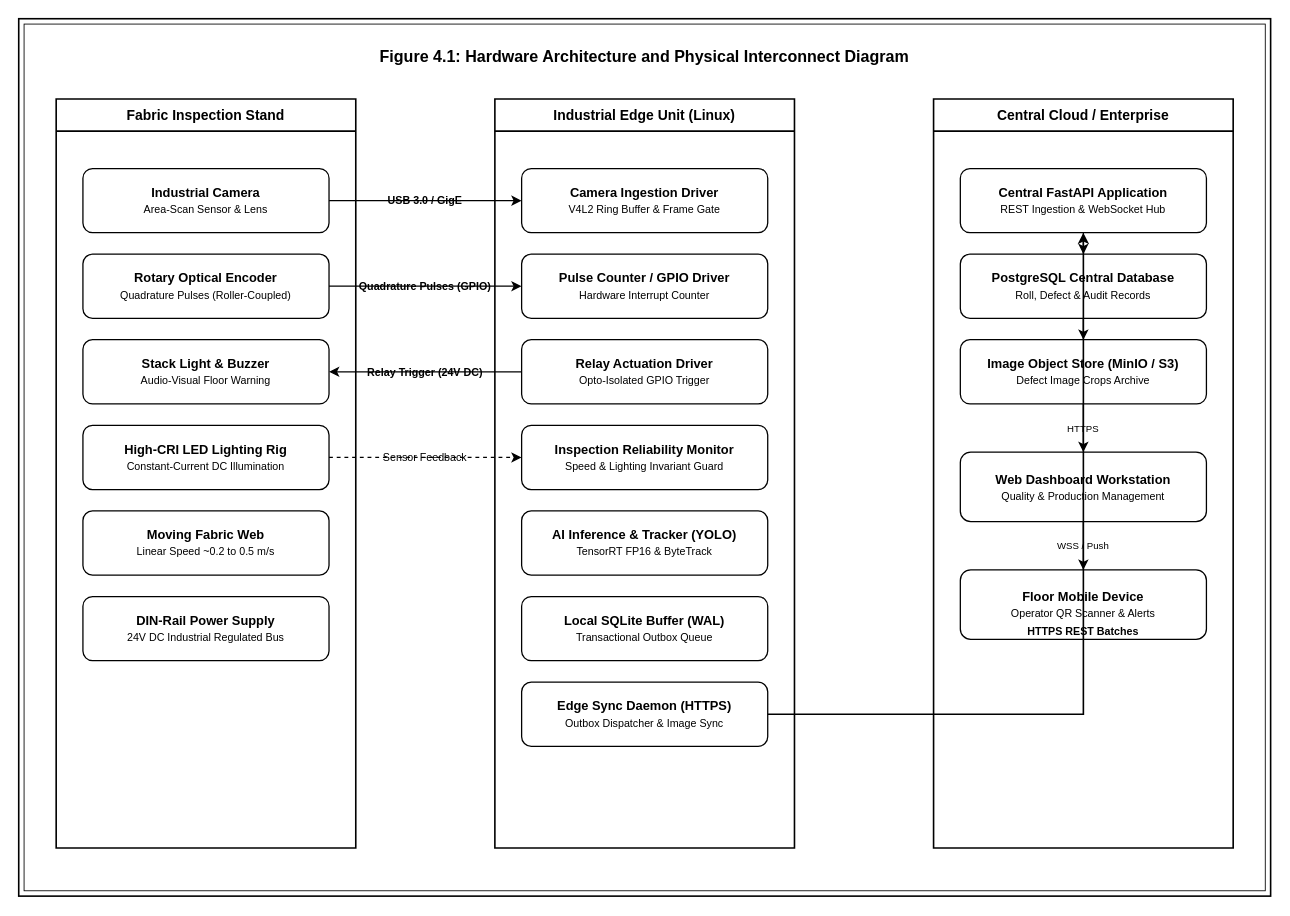
Before: diagrams/drawio/04_hardware_architecture.drawio in TheBilalButt/TexEye-AI-FYP, a draw.io diagram. Source tidied: cells renumbered, new cells numbered last; positions are measured from the earlier drawing's top-left corner, leaving out a move shared by most shapes. Both pictures are drawn from the tidied source at 107%, with x=0, y=0 at pixel (18, 18).
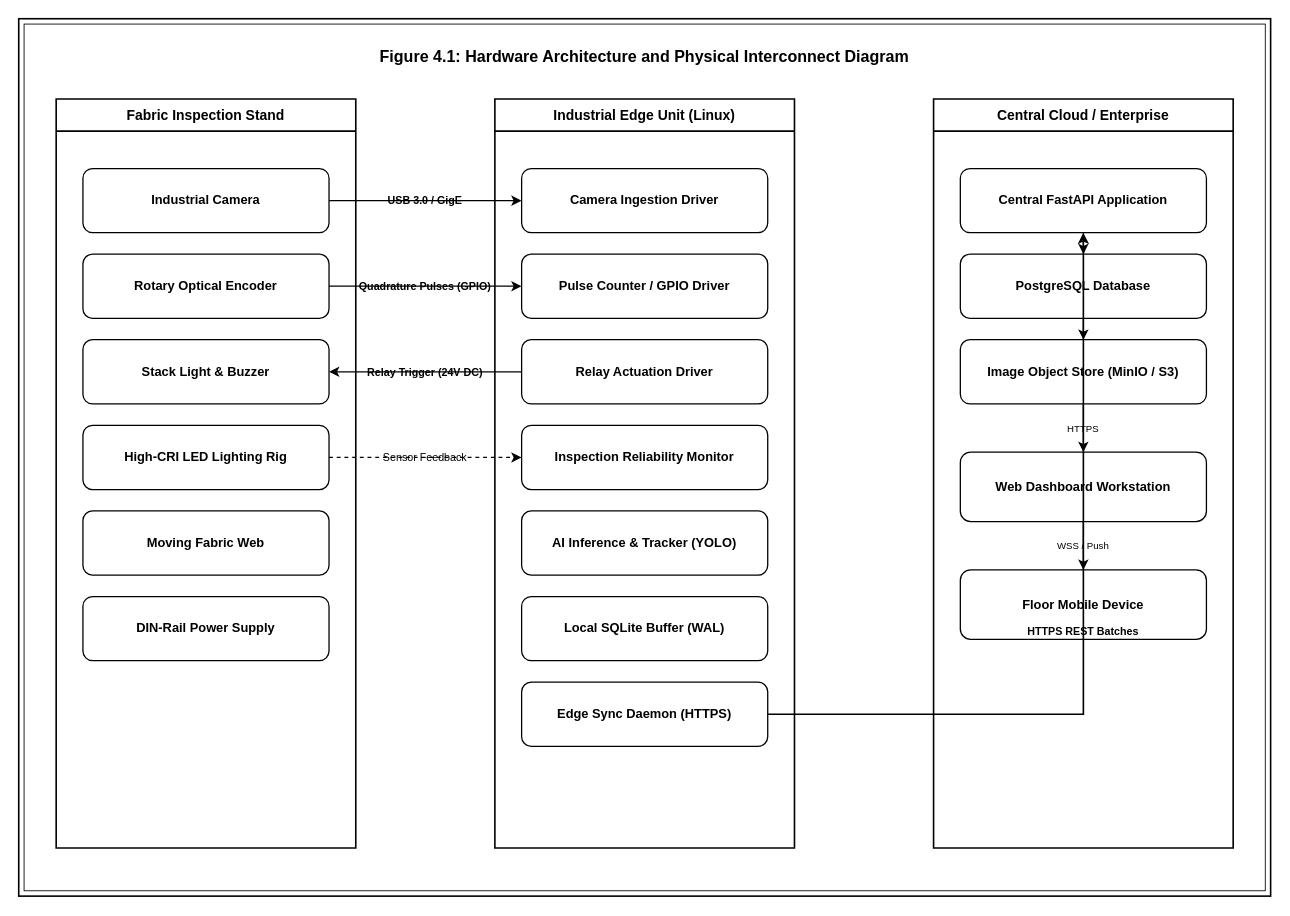
The same diagram, later.

Commit message (it also covers changes not shown here):
fix(diagrams): remove faded subtexts from all diagrams and label uplink above arrow line

Unchanged cells that the change refers to:
```xml
<mxCell id="5" value="&lt;b&gt;Fabric Inspection Stand&lt;/b&gt;" style="swimlane;whiteSpace=wrap;html=1;fillColor=#ffffff;strokeColor=#000000;strokeWidth=1.5;fontSize=13;fontColor=#000000;startSize=30;" parent="1" vertex="1">
  <mxGeometry x="35" y="75" width="280" height="700" as="geometry" />
</mxCell>
<mxCell id="12" value="&lt;b&gt;Industrial Edge Unit (Linux)&lt;/b&gt;" style="swimlane;whiteSpace=wrap;html=1;fillColor=#ffffff;strokeColor=#000000;strokeWidth=1.5;fontSize=13;fontColor=#000000;startSize=30;" parent="1" vertex="1">
  <mxGeometry x="445" y="75" width="280" height="700" as="geometry" />
</mxCell>
<mxCell id="20" value="&lt;b&gt;Central Cloud / Enterprise&lt;/b&gt;" style="swimlane;whiteSpace=wrap;html=1;fillColor=#ffffff;strokeColor=#000000;strokeWidth=1.5;fontSize=13;fontColor=#000000;startSize=30;" parent="1" vertex="1">
  <mxGeometry x="855" y="75" width="280" height="700" as="geometry" />
</mxCell>
```

The edit, as a diff of the source:
```diff
@@
-    <mxCell id="6" value="&lt;b&gt;Industrial Camera&lt;/b&gt;&lt;br&gt;&lt;font style=&quot;font-size: 10px;&quot;&gt;Area-Scan Sensor &amp;amp; Lens&lt;/font&gt;" style="rounded=1;whiteSpace=wrap;html=1;fillColor=#ffffff;strokeColor=#000000;strokeWidth=1.2;fontSize=12;fontColor=#000000;" parent="5" vertex="1">
+    <mxCell id="6" value="&lt;b&gt;Industrial Camera&lt;/b&gt;" style="rounded=1;whiteSpace=wrap;html=1;fillColor=#ffffff;strokeColor=#000000;strokeWidth=1.2;fontSize=12;fontColor=#000000;" parent="5" vertex="1">
       <mxGeometry x="25" y="65" width="230" height="60" as="geometry" />
     </mxCell>
-    <mxCell id="7" value="&lt;b&gt;Rotary Optical Encoder&lt;/b&gt;&lt;br&gt;&lt;font style=&quot;font-size: 10px;&quot;&gt;Quadrature Pulses (Roller-Coupled)&lt;/font&gt;" style="rounded=1;whiteSpace=wrap;html=1;fillColor=#ffffff;strokeColor=#000000;strokeWidth=1.2;fontSize=12;fontColor=#000000;" parent="5" vertex="1">
+    <mxCell id="7" value="&lt;b&gt;Rotary Optical Encoder&lt;/b&gt;" style="rounded=1;whiteSpace=wrap;html=1;fillColor=#ffffff;strokeColor=#000000;strokeWidth=1.2;fontSize=12;fontColor=#000000;" parent="5" vertex="1">
       <mxGeometry x="25" y="145" width="230" height="60" as="geometry" />
     </mxCell>
-    <mxCell id="8" value="&lt;b&gt;Stack Light &amp;amp; Buzzer&lt;/b&gt;&lt;br&gt;&lt;font style=&quot;font-size: 10px;&quot;&gt;Audio-Visual Floor Warning&lt;/font&gt;" style="rounded=1;whiteSpace=wrap;html=1;fillColor=#ffffff;strokeColor=#000000;strokeWidth=1.2;fontSize=12;fontColor=#000000;" parent="5" vertex="1">
+    <mxCell id="8" value="&lt;b&gt;Stack Light &amp;amp; Buzzer&lt;/b&gt;" style="rounded=1;whiteSpace=wrap;html=1;fillColor=#ffffff;strokeColor=#000000;strokeWidth=1.2;fontSize=12;fontColor=#000000;" parent="5" vertex="1">
       <mxGeometry x="25" y="225" width="230" height="60" as="geometry" />
     </mxCell>
-    <mxCell id="9" value="&lt;b&gt;High-CRI LED Lighting Rig&lt;/b&gt;&lt;br&gt;&lt;font style=&quot;font-size: 10px;&quot;&gt;Constant-Current DC Illumination&lt;/font&gt;" style="rounded=1;whiteSpace=wrap;html=1;fillColor=#ffffff;strokeColor=#000000;strokeWidth=1.2;fontSize=12;fontColor=#000000;" parent="5" vertex="1">
+    <mxCell id="9" value="&lt;b&gt;High-CRI LED Lighting Rig&lt;/b&gt;" style="rounded=1;whiteSpace=wrap;html=1;fillColor=#ffffff;strokeColor=#000000;strokeWidth=1.2;fontSize=12;fontColor=#000000;" parent="5" vertex="1">
       <mxGeometry x="25" y="305" width="230" height="60" as="geometry" />
     </mxCell>
-    <mxCell id="10" value="&lt;b&gt;Moving Fabric Web&lt;/b&gt;&lt;br&gt;&lt;font style=&quot;font-size: 10px;&quot;&gt;Linear Speed ~0.2 to 0.5 m/s&lt;/font&gt;" style="rounded=1;whiteSpace=wrap;html=1;fillColor=#ffffff;strokeColor=#000000;strokeWidth=1.2;fontSize=12;fontColor=#000000;" parent="5" vertex="1">
+    <mxCell id="10" value="&lt;b&gt;Moving Fabric Web&lt;/b&gt;" style="rounded=1;whiteSpace=wrap;html=1;fillColor=#ffffff;strokeColor=#000000;strokeWidth=1.2;fontSize=12;fontColor=#000000;" parent="5" vertex="1">
       <mxGeometry x="25" y="385" width="230" height="60" as="geometry" />
     </mxCell>
-    <mxCell id="11" value="&lt;b&gt;DIN-Rail Power Supply&lt;/b&gt;&lt;br&gt;&lt;font style=&quot;font-size: 10px;&quot;&gt;24V DC Industrial Regulated Bus&lt;/font&gt;" style="rounded=1;whiteSpace=wrap;html=1;fillColor=#ffffff;strokeColor=#000000;strokeWidth=1.2;fontSize=12;fontColor=#000000;" parent="5" vertex="1">
+    <mxCell id="11" value="&lt;b&gt;DIN-Rail Power Supply&lt;/b&gt;" style="rounded=1;whiteSpace=wrap;html=1;fillColor=#ffffff;strokeColor=#000000;strokeWidth=1.2;fontSize=12;fontColor=#000000;" parent="5" vertex="1">
       <mxGeometry x="25" y="465" width="230" height="60" as="geometry" />
     </mxCell>
@@
-    <mxCell id="13" value="&lt;b&gt;Camera Ingestion Driver&lt;/b&gt;&lt;br&gt;&lt;font style=&quot;font-size: 10px;&quot;&gt;V4L2 Ring Buffer &amp;amp; Frame Gate&lt;/font&gt;" style="rounded=1;whiteSpace=wrap;html=1;fillColor=#ffffff;strokeColor=#000000;strokeWidth=1.2;fontSize=12;fontColor=#000000;" parent="12" vertex="1">
+    <mxCell id="13" value="&lt;b&gt;Camera Ingestion Driver&lt;/b&gt;" style="rounded=1;whiteSpace=wrap;html=1;fillColor=#ffffff;strokeColor=#000000;strokeWidth=1.2;fontSize=12;fontColor=#000000;" parent="12" vertex="1">
       <mxGeometry x="25" y="65" width="230" height="60" as="geometry" />
     </mxCell>
-    <mxCell id="14" value="&lt;b&gt;Pulse Counter / GPIO Driver&lt;/b&gt;&lt;br&gt;&lt;font style=&quot;font-size: 10px;&quot;&gt;Hardware Interrupt Counter&lt;/font&gt;" style="rounded=1;whiteSpace=wrap;html=1;fillColor=#ffffff;strokeColor=#000000;strokeWidth=1.2;fontSize=12;fontColor=#000000;" parent="12" vertex="1">
+    <mxCell id="14" value="&lt;b&gt;Pulse Counter / GPIO Driver&lt;/b&gt;" style="rounded=1;whiteSpace=wrap;html=1;fillColor=#ffffff;strokeColor=#000000;strokeWidth=1.2;fontSize=12;fontColor=#000000;" parent="12" vertex="1">
       <mxGeometry x="25" y="145" width="230" height="60" as="geometry" />
     </mxCell>
-    <mxCell id="15" value="&lt;b&gt;Relay Actuation Driver&lt;/b&gt;&lt;br&gt;&lt;font style=&quot;font-size: 10px;&quot;&gt;Opto-Isolated GPIO Trigger&lt;/font&gt;" style="rounded=1;whiteSpace=wrap;html=1;fillColor=#ffffff;strokeColor=#000000;strokeWidth=1.2;fontSize=12;fontColor=#000000;" parent="12" vertex="1">
+    <mxCell id="15" value="&lt;b&gt;Relay Actuation Driver&lt;/b&gt;" style="rounded=1;whiteSpace=wrap;html=1;fillColor=#ffffff;strokeColor=#000000;strokeWidth=1.2;fontSize=12;fontColor=#000000;" parent="12" vertex="1">
       <mxGeometry x="25" y="225" width="230" height="60" as="geometry" />
     </mxCell>
-    <mxCell id="16" value="&lt;b&gt;Inspection Reliability Monitor&lt;/b&gt;&lt;br&gt;&lt;font style=&quot;font-size: 10px;&quot;&gt;Speed &amp;amp; Lighting Invariant Guard&lt;/font&gt;" style="rounded=1;whiteSpace=wrap;html=1;fillColor=#ffffff;strokeColor=#000000;strokeWidth=1.2;fontSize=12;fontColor=#000000;" parent="12" vertex="1">
+    <mxCell id="16" value="&lt;b&gt;Inspection Reliability Monitor&lt;/b&gt;" style="rounded=1;whiteSpace=wrap;html=1;fillColor=#ffffff;strokeColor=#000000;strokeWidth=1.2;fontSize=12;fontColor=#000000;" parent="12" vertex="1">
       <mxGeometry x="25" y="305" width="230" height="60" as="geometry" />
     </mxCell>
-    <mxCell id="17" value="&lt;b&gt;AI Inference &amp;amp; Tracker (YOLO)&lt;/b&gt;&lt;br&gt;&lt;font style=&quot;font-size: 10px;&quot;&gt;TensorRT FP16 &amp;amp; ByteTrack&lt;/font&gt;" style="rounded=1;whiteSpace=wrap;html=1;fillColor=#ffffff;strokeColor=#000000;strokeWidth=1.2;fontSize=12;fontColor=#000000;" parent="12" vertex="1">
+    <mxCell id="17" value="&lt;b&gt;AI Inference &amp;amp; Tracker (YOLO)&lt;/b&gt;" style="rounded=1;whiteSpace=wrap;html=1;fillColor=#ffffff;strokeColor=#000000;strokeWidth=1.2;fontSize=12;fontColor=#000000;" parent="12" vertex="1">
       <mxGeometry x="25" y="385" width="230" height="60" as="geometry" />
     </mxCell>
-    <mxCell id="18" value="&lt;b&gt;Local SQLite Buffer (WAL)&lt;/b&gt;&lt;br&gt;&lt;font style=&quot;font-size: 10px;&quot;&gt;Transactional Outbox Queue&lt;/font&gt;" style="rounded=1;whiteSpace=wrap;html=1;fillColor=#ffffff;strokeColor=#000000;strokeWidth=1.2;fontSize=12;fontColor=#000000;" parent="12" vertex="1">
+    <mxCell id="18" value="&lt;b&gt;Local SQLite Buffer (WAL)&lt;/b&gt;" style="rounded=1;whiteSpace=wrap;html=1;fillColor=#ffffff;strokeColor=#000000;strokeWidth=1.2;fontSize=12;fontColor=#000000;" parent="12" vertex="1">
       <mxGeometry x="25" y="465" width="230" height="60" as="geometry" />
     </mxCell>
-    <mxCell id="19" value="&lt;b&gt;Edge Sync Daemon (HTTPS)&lt;/b&gt;&lt;br&gt;&lt;font style=&quot;font-size: 10px;&quot;&gt;Outbox Dispatcher &amp;amp; Image Sync&lt;/font&gt;" style="rounded=1;whiteSpace=wrap;html=1;fillColor=#ffffff;strokeColor=#000000;strokeWidth=1.2;fontSize=12;fontColor=#000000;" parent="12" vertex="1">
+    <mxCell id="19" value="&lt;b&gt;Edge Sync Daemon (HTTPS)&lt;/b&gt;" style="rounded=1;whiteSpace=wrap;html=1;fillColor=#ffffff;strokeColor=#000000;strokeWidth=1.2;fontSize=12;fontColor=#000000;" parent="12" vertex="1">
       <mxGeometry x="25" y="545" width="230" height="60" as="geometry" />
     </mxCell>
@@
-    <mxCell id="21" value="&lt;b&gt;Central FastAPI Application&lt;/b&gt;&lt;br&gt;&lt;font style=&quot;font-size: 10px;&quot;&gt;REST Ingestion &amp;amp; WebSocket Hub&lt;/font&gt;" style="rounded=1;whiteSpace=wrap;html=1;fillColor=#ffffff;strokeColor=#000000;strokeWidth=1.2;fontSize=12;fontColor=#000000;" parent="20" vertex="1">
+    <mxCell id="21" value="&lt;b&gt;Central FastAPI Application&lt;/b&gt;" style="rounded=1;whiteSpace=wrap;html=1;fillColor=#ffffff;strokeColor=#000000;strokeWidth=1.2;fontSize=12;fontColor=#000000;" parent="20" vertex="1">
       <mxGeometry x="25" y="65" width="230" height="60" as="geometry" />
     </mxCell>
-    <mxCell id="22" value="&lt;b&gt;PostgreSQL Central Database&lt;/b&gt;&lt;br&gt;&lt;font style=&quot;font-size: 10px;&quot;&gt;Roll, Defect &amp;amp; Audit Records&lt;/font&gt;" style="rounded=1;whiteSpace=wrap;html=1;fillColor=#ffffff;strokeColor=#000000;strokeWidth=1.2;fontSize=12;fontColor=#000000;" parent="20" vertex="1">
+    <mxCell id="22" value="&lt;b&gt;PostgreSQL Database&lt;/b&gt;" style="rounded=1;whiteSpace=wrap;html=1;fillColor=#ffffff;strokeColor=#000000;strokeWidth=1.2;fontSize=12;fontColor=#000000;" parent="20" vertex="1">
       <mxGeometry x="25" y="145" width="230" height="60" as="geometry" />
     </mxCell>
-    <mxCell id="23" value="&lt;b&gt;Image Object Store (MinIO / S3)&lt;/b&gt;&lt;br&gt;&lt;font style=&quot;font-size: 10px;&quot;&gt;Defect Image Crops Archive&lt;/font&gt;" style="rounded=1;whiteSpace=wrap;html=1;fillColor=#ffffff;strokeColor=#000000;strokeWidth=1.2;fontSize=12;fontColor=#000000;" parent="20" vertex="1">
+    <mxCell id="23" value="&lt;b&gt;Image Object Store (MinIO / S3)&lt;/b&gt;" style="rounded=1;whiteSpace=wrap;html=1;fillColor=#ffffff;strokeColor=#000000;strokeWidth=1.2;fontSize=12;fontColor=#000000;" parent="20" vertex="1">
       <mxGeometry x="25" y="225" width="230" height="60" as="geometry" />
     </mxCell>
-    <mxCell id="24" value="&lt;b&gt;Web Dashboard Workstation&lt;/b&gt;&lt;br&gt;&lt;font style=&quot;font-size: 10px;&quot;&gt;Quality &amp;amp; Production Management&lt;/font&gt;" style="rounded=1;whiteSpace=wrap;html=1;fillColor=#ffffff;strokeColor=#000000;strokeWidth=1.2;fontSize=12;fontColor=#000000;" parent="20" vertex="1">
+    <mxCell id="24" value="&lt;b&gt;Web Dashboard Workstation&lt;/b&gt;" style="rounded=1;whiteSpace=wrap;html=1;fillColor=#ffffff;strokeColor=#000000;strokeWidth=1.2;fontSize=12;fontColor=#000000;" parent="20" vertex="1">
       <mxGeometry x="25" y="330" width="230" height="65" as="geometry" />
     </mxCell>
-    <mxCell id="25" value="&lt;b&gt;Floor Mobile Device&lt;/b&gt;&lt;br&gt;&lt;font style=&quot;font-size: 10px;&quot;&gt;Operator QR Scanner &amp;amp; Alerts&lt;/font&gt;" style="rounded=1;whiteSpace=wrap;html=1;fillColor=#ffffff;strokeColor=#000000;strokeWidth=1.2;fontSize=12;fontColor=#000000;" parent="20" vertex="1">
+    <mxCell id="25" value="&lt;b&gt;Floor Mobile Device&lt;/b&gt;" style="rounded=1;whiteSpace=wrap;html=1;fillColor=#ffffff;strokeColor=#000000;strokeWidth=1.2;fontSize=12;fontColor=#000000;" parent="20" vertex="1">
       <mxGeometry x="25" y="440" width="230" height="65" as="geometry" />
     </mxCell>
```
